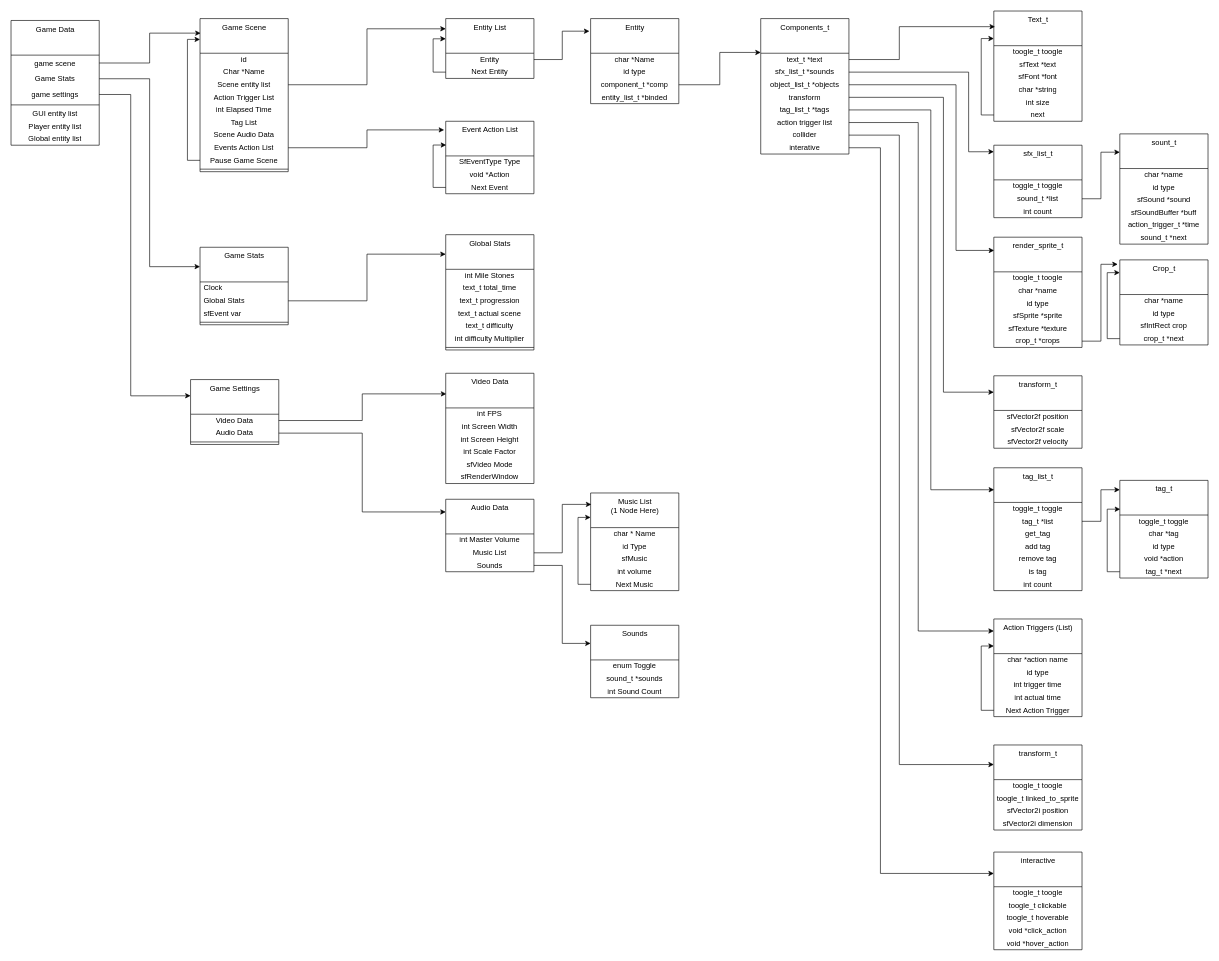
The draw.io diagram page "Data structure" (1 of 5) of data structures.drawio in 0xMemoryGrinder/myxfml, before the edit. Source tidied: cells renumbered, new cells numbered last; positions are measured from the earlier drawing's top-left corner, leaving out a move shared by most shapes. Both pictures are drawn from the tidied source at 63%, with x=0, y=0 at pixel (11, 11).
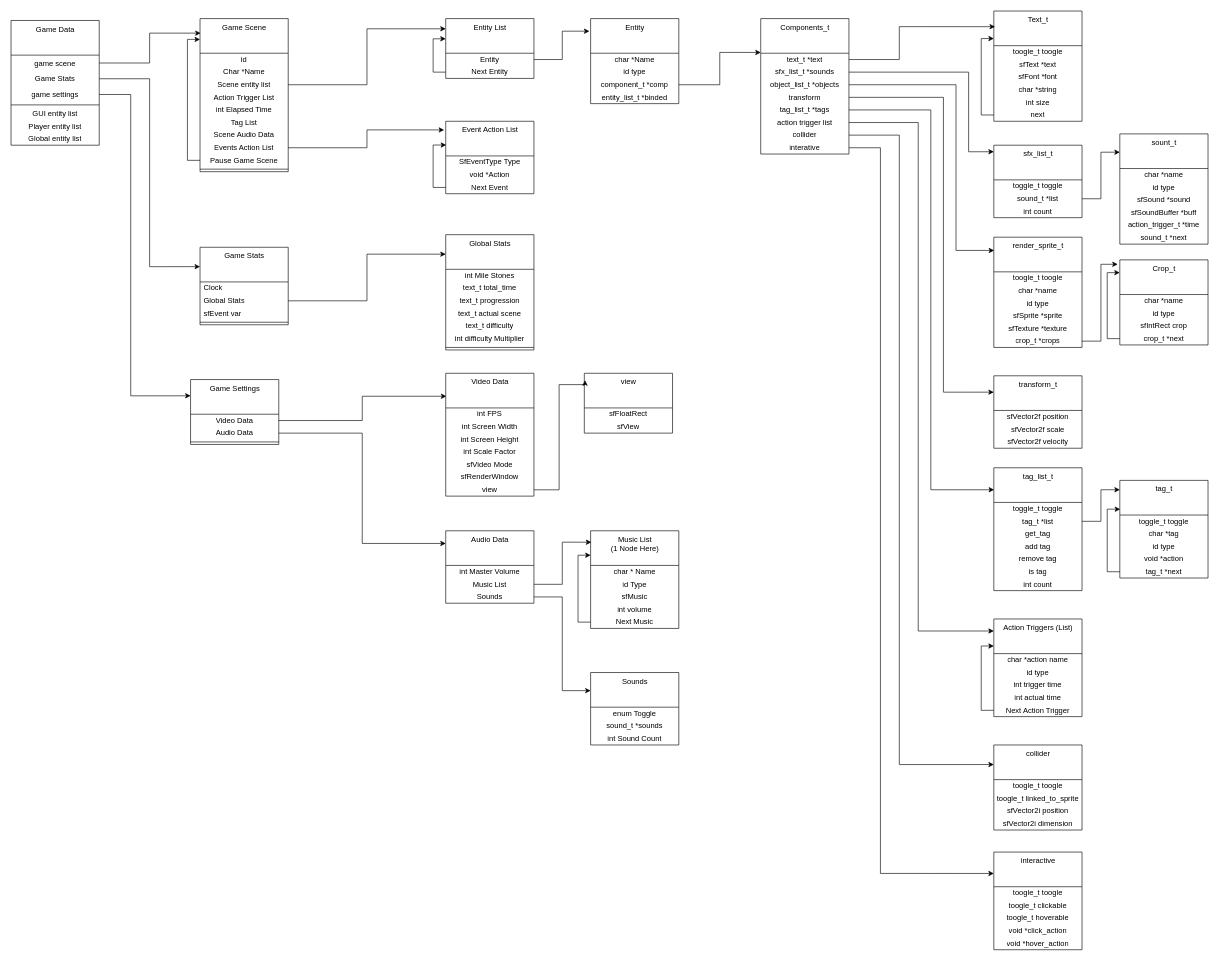
The same diagram, later.

Diff of the diagram source:
```diff
@@
     <mxCell id="43" value="Audio Data" style="swimlane;fontStyle=0;align=center;verticalAlign=top;horizontal=1;startSize=55;html=1;" parent="1" vertex="1">
-      <mxGeometry x="690" y="775" width="140" height="115" as="geometry" />
+      <mxGeometry x="690" y="825" width="140" height="115" as="geometry" />
     </mxCell>
@@
     <mxCell id="49" value="&lt;div&gt;Music List&lt;/div&gt;&lt;div&gt;(1 Node Here)&lt;br&gt;&lt;/div&gt;" style="swimlane;fontStyle=0;align=center;verticalAlign=top;horizontal=1;startSize=55;html=1;" parent="1" vertex="1">
-      <mxGeometry x="920" y="765" width="140" height="155" as="geometry" />
+      <mxGeometry x="920" y="825" width="140" height="155" as="geometry" />
     </mxCell>
@@
     <mxCell id="57" value="Sounds" style="swimlane;fontStyle=0;align=center;verticalAlign=top;horizontal=1;startSize=55;html=1;" parent="1" vertex="1">
-      <mxGeometry x="920" y="975" width="140" height="115" as="geometry" />
+      <mxGeometry x="920" y="1050" width="140" height="115" as="geometry" />
     </mxCell>
@@
     <mxCell id="153" value="Video Data" style="swimlane;fontStyle=0;align=center;verticalAlign=top;horizontal=1;startSize=55;html=1;" parent="1" vertex="1">
-      <mxGeometry x="690" y="575" width="140" height="175" as="geometry" />
+      <mxGeometry x="690" y="575" width="140" height="195" as="geometry" />
     </mxCell>
@@
+    <mxCell id="176" value="&lt;div&gt;view&lt;/div&gt;" style="text;html=1;strokeColor=none;fillColor=none;align=center;verticalAlign=middle;spacingLeft=4;spacingRight=4;overflow=hidden;points=[[0,0.5],[1,0.5]];portConstraint=eastwest;" parent="153" vertex="1">
+      <mxGeometry y="175" width="140" height="20" as="geometry" />
+    </mxCell>
@@
-    <mxCell id="163" value="transform_t" style="swimlane;fontStyle=0;align=center;verticalAlign=top;horizontal=1;startSize=55;html=1;" parent="1" vertex="1">
+    <mxCell id="163" value="collider" style="swimlane;fontStyle=0;align=center;verticalAlign=top;horizontal=1;startSize=55;html=1;" parent="1" vertex="1">
       <mxGeometry x="1560" y="1165" width="140" height="135" as="geometry" />
     </mxCell>
@@
+    <mxCell id="177" value="view" style="swimlane;fontStyle=0;align=center;verticalAlign=top;horizontal=1;startSize=55;html=1;" parent="1" vertex="1">
+      <mxGeometry x="910" y="575" width="140" height="95" as="geometry" />
+    </mxCell>
+    <mxCell id="178" value="sfFloatRect" style="text;html=1;strokeColor=none;fillColor=none;align=center;verticalAlign=middle;spacingLeft=4;spacingRight=4;overflow=hidden;" parent="177" vertex="1">
+      <mxGeometry y="55" width="140" height="20" as="geometry" />
+    </mxCell>
+    <mxCell id="179" value="sfView" style="text;html=1;strokeColor=none;fillColor=none;align=center;verticalAlign=middle;spacingLeft=4;spacingRight=4;overflow=hidden;" parent="177" vertex="1">
+      <mxGeometry y="75" width="140" height="20" as="geometry" />
+    </mxCell>
+    <mxCell id="180" style="edgeStyle=orthogonalEdgeStyle;rounded=0;jettySize=auto;html=1;entryX=0.008;entryY=0.117;entryDx=0;entryDy=0;entryPerimeter=0;exitX=1;exitY=0.5;exitDx=0;exitDy=0;" parent="1" edge="1" source="176" target="177">
+      <mxGeometry relative="1" as="geometry">
+        <Array as="points">
+          <mxPoint x="870" y="760" />
+          <mxPoint x="870" y="593" />
+        </Array>
+      </mxGeometry>
+    </mxCell>
```
